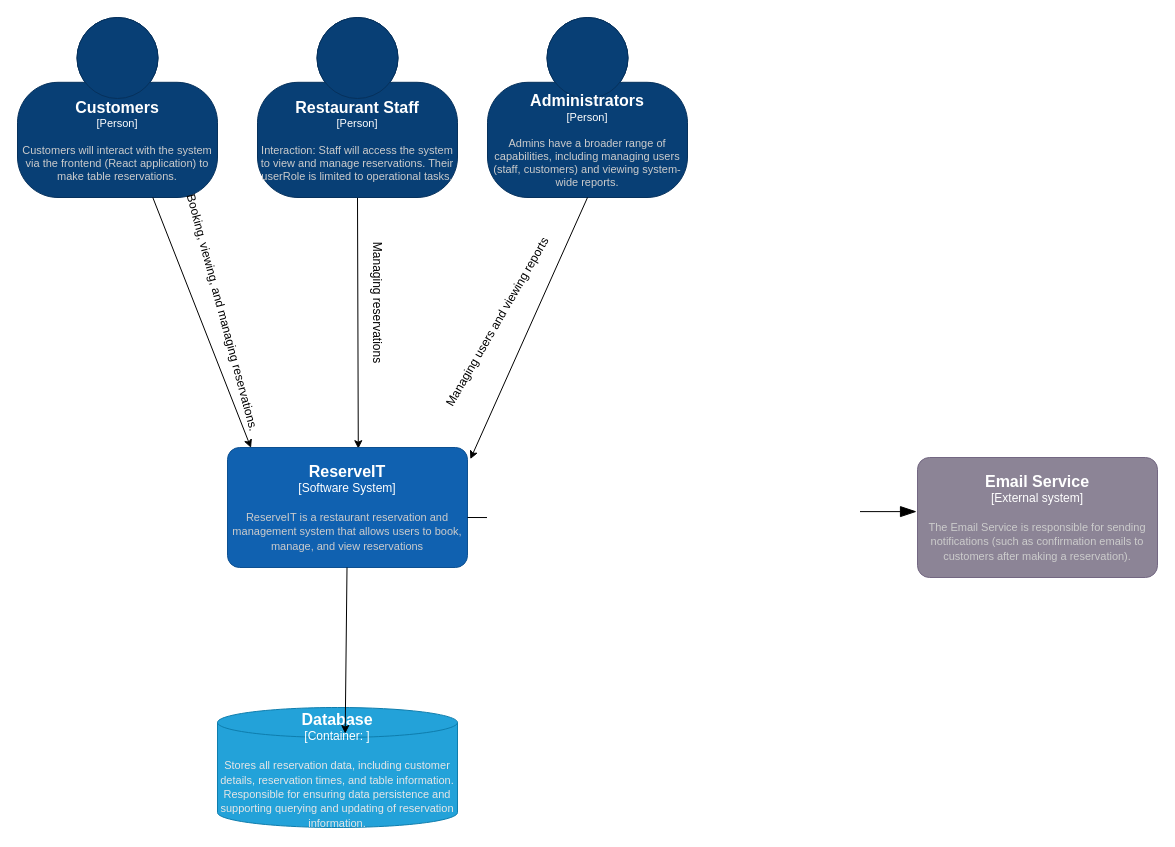
Before: doc/C4 level 1.drawio in Premium1221/ReserveIT, a draw.io diagram. Source tidied: cells renumbered, new cells numbered last; positions are measured from the earlier drawing's top-left corner, leaving out a move shared by most shapes. Both pictures are drawn from the tidied source at 100%, with x=0, y=0 at pixel (17, 17).
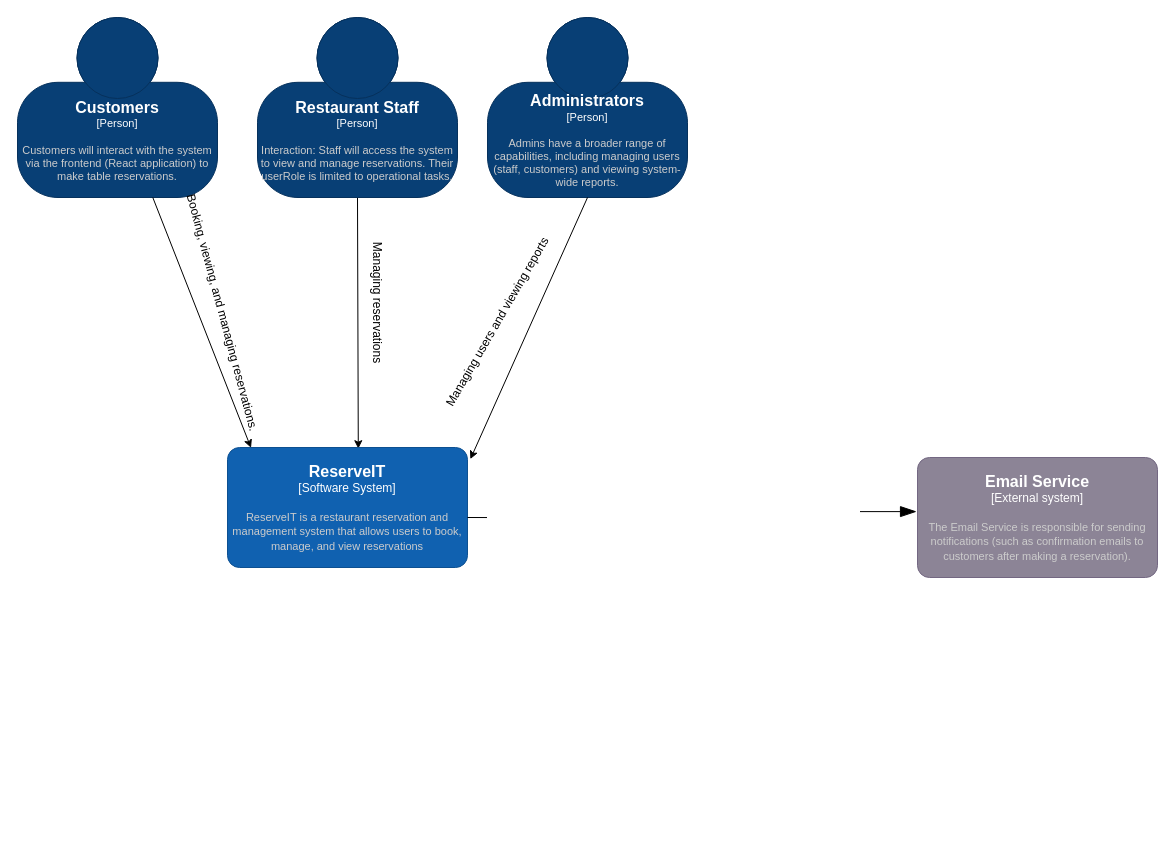
The same page after the edit.

The edit, as a diff of the source:
```diff
@@
-    <object id="9" label="&lt;font style=&quot;font-size: 16px&quot;&gt;&lt;b&gt;%c4Name%&lt;/b&gt;&lt;/font&gt;&lt;div&gt;[%c4Type%:&amp;nbsp;%c4Technology%]&lt;/div&gt;&lt;br&gt;&lt;div&gt;&lt;font style=&quot;font-size: 11px&quot;&gt;&lt;font color=&quot;#E6E6E6&quot;&gt;%c4Description%&lt;/font&gt;&lt;/div&gt;" c4Description="Stores all reservation data, including customer details, reservation times, and table information. Responsible for ensuring data persistence and supporting querying and updating of reservation information." c4Name="&#10;Database" c4Technology="" c4Type="Container" placeholders="1">
-      <mxCell style="shape=cylinder3;size=15;whiteSpace=wrap;html=1;boundedLbl=1;rounded=0;labelBackgroundColor=none;fillColor=#23A2D9;fontSize=12;fontColor=#ffffff;align=center;strokeColor=#0E7DAD;points=[[0.5,0,0],[1,0.25,0],[1,0.5,0],[1,0.75,0],[0.5,1,0],[0,0.75,0],[0,0.5,0],[0,0.25,0]];spacingTop=-39;" parent="1" vertex="1">
-        <mxGeometry x="200" y="690" width="240" height="120" as="geometry" />
-      </mxCell>
-    </object>
-    <mxCell id="10" style="endArrow=classic;html=1;rounded=0;entryX=0.532;entryY=0.217;entryDx=0;entryDy=0;entryPerimeter=0;" parent="1" edge="1" target="9">
-      <mxGeometry relative="1" as="geometry">
-        <mxPoint x="329.5" y="550" as="sourcePoint" />
-      </mxGeometry>
-    </mxCell>
```
